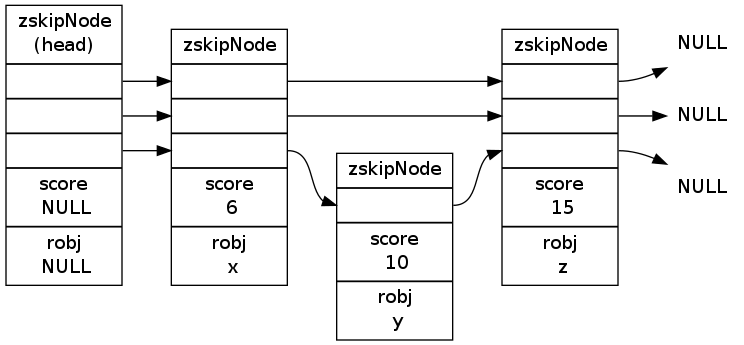
This is internal-datastruct/image/skiplist-example.png from huangzworks/redisbook, a Graphviz export, as it was before one commit. Its source is kept beside it as internal-datastruct/image/skiplist-example.dot.
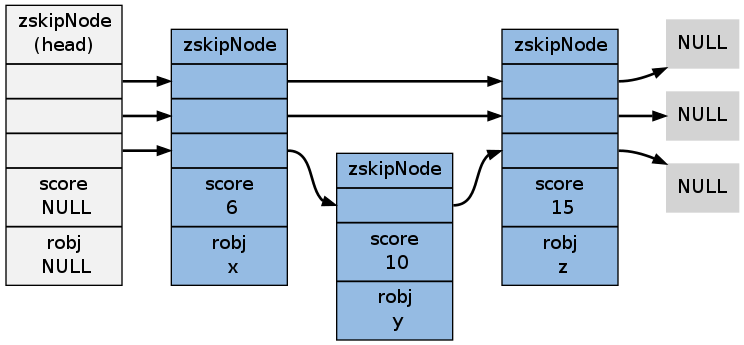
Above is the later version.

Commit message:
美化《跳跃表》章节的图片，并调整两个小节的顺序

Change to the diagram source:
```diff
@@ -1,11 +1,14 @@
 digraph zset {
     rankdir = LR;
-    node [shape = record];
 
-    skiplist [label ="<head>zskipNode\n(head) |<3> |<2> |<1> |<score>score\n NULL |<robj>robj\n NULL"];
-    six [label = "<head>zskipNode |<3> |<2> |<1> |<score>score\n 6 |<robj>robj\n x"];
-    ten [label = "<head>zskipNode | <1> |<score>score\n 10 |<robj>robj\n y"];
-    fiften [label = "<head>zskipNode |<3> |<2> |<1> |<score>score\n 15 |<robj>robj\n z"];
+    node [shape = record, style = filled];
+
+    edge [style = bold];
+
+    skiplist [label ="<head>zskipNode\n(head) |<3> |<2> |<1> |<score>score\n NULL |<robj>robj\n NULL", fillcolor = "#F2F2F2"];
+    six [label = "<head>zskipNode |<3> |<2> |<1> |<score>score\n 6 |<robj>robj\n x", fillcolor = "#95BBE3"];
+    ten [label = "<head>zskipNode | <1> |<score>score\n 10 |<robj>robj\n y", fillcolor = "#95BBE3"];
+    fiften [label = "<head>zskipNode |<3> |<2> |<1> |<score>score\n 15 |<robj>robj\n z", fillcolor = "#95BBE3"];
 
     skiplist:3 -> six:3;
     skiplist:2 -> six:2;
```
